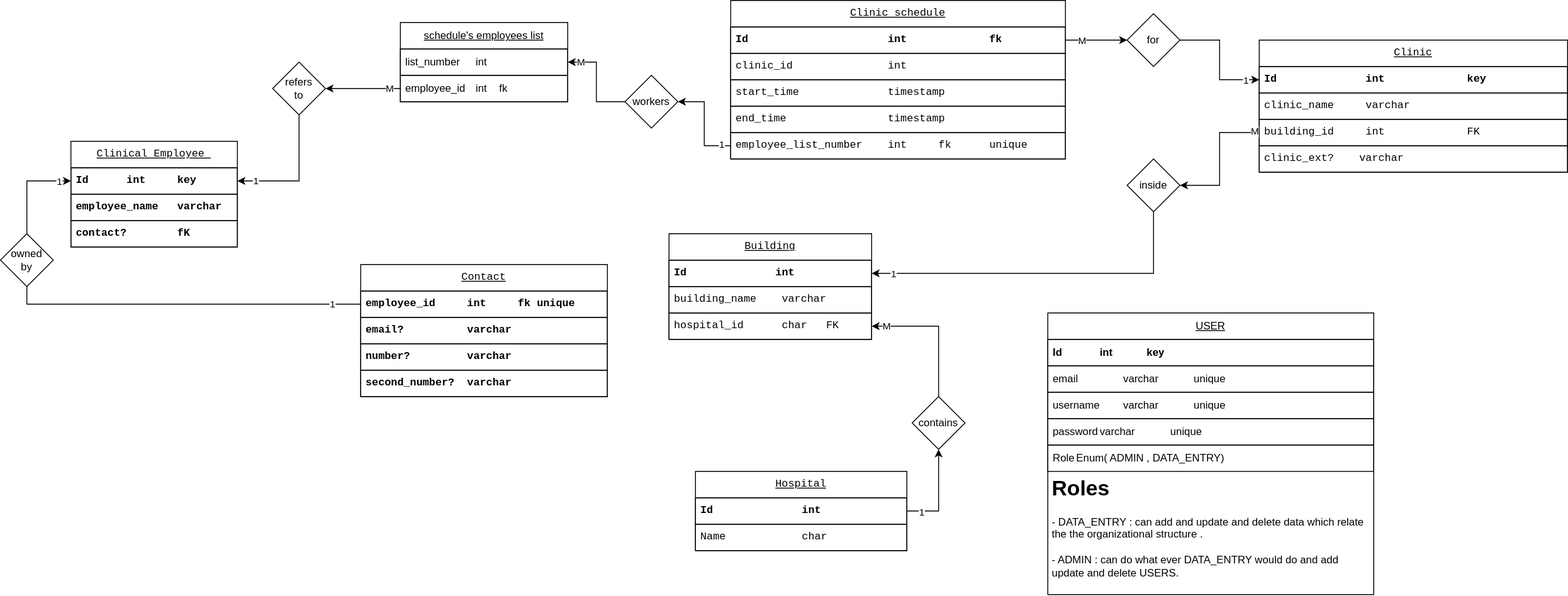
This is etc/imgs/database.drawio.svg from Abdullah-Khawahir/clinics-schedules, a draw.io export, as it was before one commit. Source tidied: cells renumbered, new cells last; positions are measured from the earlier drawing's top-left corner, leaving out a move shared by most shapes.
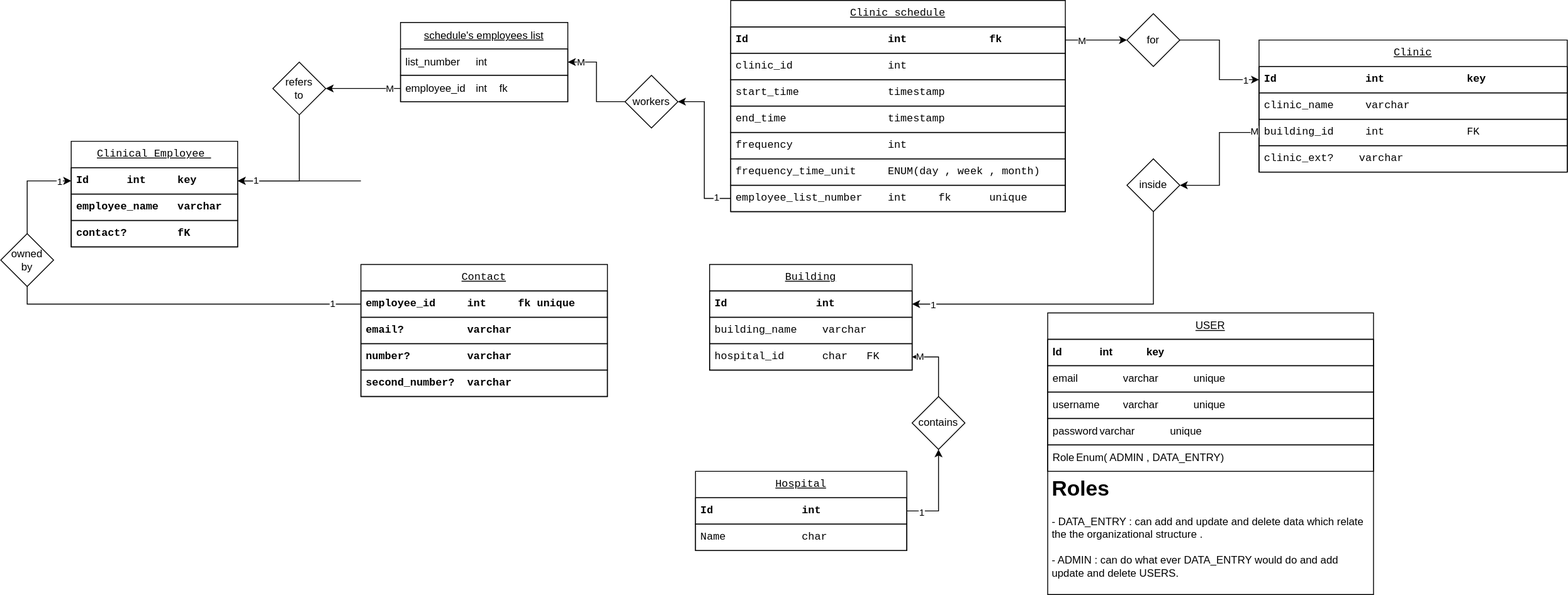
The same diagram one commit later.

What changed in the source:
```diff
@@ -12,7 +12,7 @@
       <mxGeometry y="60" width="240" height="30" as="geometry" />
     </mxCell>
     <mxCell id="5" value="Building" style="swimlane;fontStyle=4;horizontal=1;startSize=30;whiteSpace=wrap;html=1;fontFamily=monospace;" parent="1" vertex="1">
-      <mxGeometry x="759" y="265" width="230" height="120" as="geometry" />
+      <mxGeometry x="805" y="300" width="230" height="120" as="geometry" />
     </mxCell>
     <mxCell id="6" value="Id&lt;span style=&quot;white-space: pre;&quot;&gt;&#9;&lt;/span&gt;&lt;span style=&quot;white-space: pre;&quot;&gt;&#9;&lt;/span&gt;int&lt;span style=&quot;white-space: pre;&quot;&gt;&#9;&lt;/span&gt;&lt;span style=&quot;white-space: pre;&quot;&gt;&#9;&lt;/span&gt;key" style="text;strokeColor=default;fillColor=none;align=left;verticalAlign=middle;spacingLeft=4;spacingRight=4;overflow=hidden;points=[[0,0.5],[1,0.5]];portConstraint=eastwest;whiteSpace=wrap;html=1;fontStyle=1;labelBorderColor=none;labelBackgroundColor=none;horizontal=1;spacingTop=0;fontFamily=monospace;" parent="5" vertex="1">
       <mxGeometry y="30" width="230" height="30" as="geometry" />
@@ -51,7 +51,7 @@
       <mxGeometry y="90" width="189" height="30" as="geometry" />
     </mxCell>
     <mxCell id="18" value="Clinic schedule" style="swimlane;fontStyle=4;horizontal=1;startSize=30;whiteSpace=wrap;html=1;fontFamily=monospace;" parent="1" vertex="1">
-      <mxGeometry x="829" width="380" height="180" as="geometry" />
+      <mxGeometry x="829" width="380" height="240" as="geometry" />
     </mxCell>
     <mxCell id="19" value="Id&lt;span style=&quot;white-space: pre;&quot;&gt;&#9;&lt;/span&gt;&lt;span style=&quot;white-space: pre;&quot;&gt;&#9;&lt;/span&gt;&lt;span style=&quot;white-space: pre;&quot;&gt;&#9;&lt;/span&gt;int&lt;span style=&quot;white-space: pre;&quot;&gt;&#9;&lt;/span&gt;&lt;span style=&quot;white-space: pre;&quot;&gt;&#9;fk&lt;/span&gt;" style="text;strokeColor=default;fillColor=none;align=left;verticalAlign=middle;spacingLeft=4;spacingRight=4;overflow=hidden;points=[[0,0.5],[1,0.5]];portConstraint=eastwest;whiteSpace=wrap;html=1;fontStyle=1;labelBorderColor=none;labelBackgroundColor=none;horizontal=1;spacingTop=0;fontFamily=monospace;" parent="18" vertex="1">
       <mxGeometry y="30" width="380" height="30" as="geometry" />
@@ -65,8 +65,14 @@
     <mxCell id="22" value="end_time&lt;span style=&quot;white-space: pre;&quot;&gt;&#9;&lt;/span&gt;&lt;span style=&quot;white-space: pre;&quot;&gt;&#9;&lt;/span&gt;&lt;code class=&quot;type&quot;&gt;timestamp&lt;/code&gt;" style="text;strokeColor=default;fillColor=none;align=left;verticalAlign=middle;spacingLeft=4;spacingRight=4;overflow=hidden;whiteSpace=wrap;html=1;fontFamily=monospace;" parent="18" vertex="1">
       <mxGeometry y="120" width="380" height="30" as="geometry" />
     </mxCell>
+    <mxCell id="71" value="frequency&lt;span style=&quot;white-space: pre;&quot;&gt;&#9;&lt;/span&gt;&lt;span style=&quot;white-space: pre;&quot;&gt;&#9;&lt;/span&gt;int" style="text;strokeColor=default;fillColor=none;align=left;verticalAlign=middle;spacingLeft=4;spacingRight=4;overflow=hidden;whiteSpace=wrap;html=1;fontFamily=monospace;" parent="18" vertex="1">
+      <mxGeometry y="150" width="380" height="30" as="geometry" />
+    </mxCell>
+    <mxCell id="72" value="&lt;span style=&quot;white-space: pre;&quot;&gt;frequency_time_unit&#9;&lt;/span&gt;ENUM(day , week , month)" style="text;strokeColor=default;fillColor=none;align=left;verticalAlign=middle;spacingLeft=4;spacingRight=4;overflow=hidden;whiteSpace=wrap;html=1;fontFamily=monospace;" parent="18" vertex="1">
+      <mxGeometry y="180" width="380" height="30" as="geometry" />
+    </mxCell>
     <mxCell id="23" value="employee_list&lt;span style=&quot;white-space: pre;&quot;&gt;_number&#9;&lt;/span&gt;&lt;span style=&quot;white-space: pre;&quot;&gt;&lt;code&gt;int&lt;span style=&quot;white-space: pre;&quot;&gt;&#9;&lt;/span&gt;fk&lt;/code&gt;&lt;/span&gt;&lt;span style=&quot;white-space: pre;&quot;&gt;&#9;&lt;/span&gt;unique" style="text;strokeColor=default;fillColor=none;align=left;verticalAlign=middle;spacingLeft=4;spacingRight=4;overflow=hidden;points=[[0,0.5],[1,0.5]];portConstraint=eastwest;whiteSpace=wrap;html=1;fontFamily=monospace;" parent="18" vertex="1">
-      <mxGeometry y="150" width="380" height="30" as="geometry" />
+      <mxGeometry y="210" width="380" height="30" as="geometry" />
     </mxCell>
     <mxCell id="24" value="Contact" style="swimlane;fontStyle=4;horizontal=1;startSize=30;whiteSpace=wrap;html=1;fontFamily=monospace;" parent="1" vertex="1">
       <mxGeometry x="409" y="300" width="280" height="150" as="geometry" />
@@ -164,14 +170,15 @@
     <mxCell id="55" value="&lt;h1&gt;Roles&lt;/h1&gt;&lt;div&gt;- DATA_ENTRY : can add and update and delete data which relate the the organizational structure .&lt;/div&gt;&lt;div&gt;&lt;br&gt;&lt;/div&gt;&lt;div&gt;- ADMIN : can do what ever DATA_ENTRY would do and add update and delete USERS.&lt;/div&gt;&lt;div&gt;&lt;br&gt;&lt;/div&gt;" style="text;html=1;strokeColor=none;fillColor=none;spacing=5;spacingTop=-20;whiteSpace=wrap;overflow=hidden;rounded=0;" parent="49" vertex="1">
       <mxGeometry y="180" width="370" height="140" as="geometry" />
     </mxCell>
-    <mxCell id="56" style="edgeStyle=orthogonalEdgeStyle;rounded=0;jettySize=auto;html=1;entryX=1;entryY=0.5;entryDx=0;entryDy=0;" parent="1" edge="1" target="x">
+    <mxCell id="56" style="edgeStyle=orthogonalEdgeStyle;rounded=0;orthogonalLoop=1;jettySize=auto;html=1;entryX=1;entryY=0.5;entryDx=0;entryDy=0;" parent="1" edge="1">
       <mxGeometry relative="1" as="geometry">
         <mxPoint x="679" y="143.8" as="sourcePoint" />
       </mxGeometry>
     </mxCell>
-    <mxCell id="57" style="edgeStyle=orthogonalEdgeStyle;rounded=0;jettySize=auto;html=1;entryX=1;entryY=0.5;entryDx=0;entryDy=0;" parent="1" edge="1" target="x">
+    <mxCell id="57" style="edgeStyle=orthogonalEdgeStyle;rounded=0;orthogonalLoop=1;jettySize=auto;html=1;entryX=1;entryY=0.5;entryDx=0;entryDy=0;" parent="1" edge="1">
       <mxGeometry relative="1" as="geometry">
         <mxPoint x="409" y="205" as="sourcePoint" />
+        <mxPoint x="269" y="205" as="targetPoint" />
       </mxGeometry>
     </mxCell>
     <mxCell id="58" value="schedule's employees list" style="swimlane;fontStyle=4;horizontal=1;startSize=30;whiteSpace=wrap;html=1;" parent="1" vertex="1">
```
